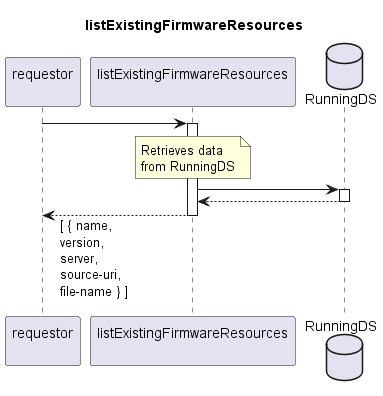
openBackhaul/FirmWareManager keeps this PlantUML diagram as spec/Services/listExistingFirmwareResources/1.0.0/listExistingFirmwareResources.png. Above is the earlier version. Its diagram source:
```plantuml
@startuml listExistingFirmwareResources
skinparam responseMessageBelowArrow true

title
  listExistingFirmwareResources
end title

participant "requestor\n" as requestor
participant "listExistingFirmwareResources\n" as lResources
database "RunningDS" as RunDS

requestor -> lResources
activate lResources

  note over lResources
    Retrieves data
    from RunningDS
  end note
  lResources -> RunDS
  activate RunDS
  lResources <-- RunDS
  deactivate RunDS

requestor <-- lResources: [ { name,\nversion,\nserver,\nsource-uri,\nfile-name } ]
deactivate lResources

@enduml
```
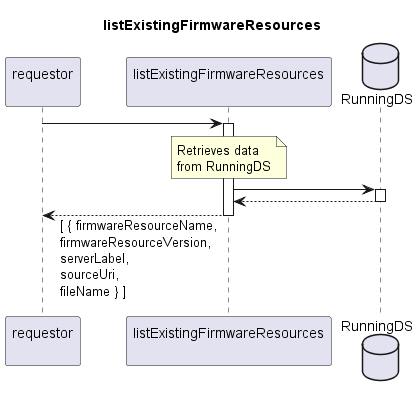
The same diagram one commit later.

What changed in the source:
```diff
@@ -21,7 +21,7 @@
   lResources <-- RunDS
   deactivate RunDS
 
-requestor <-- lResources: [ { name,\nversion,\nserver,\nsource-uri,\nfile-name } ]
+requestor <-- lResources: [ { firmwareResourceName,\nfirmwareResourceVersion,\nserverLabel,\nsourceUri,\nfileName } ]
 deactivate lResources
 
 @enduml
```
